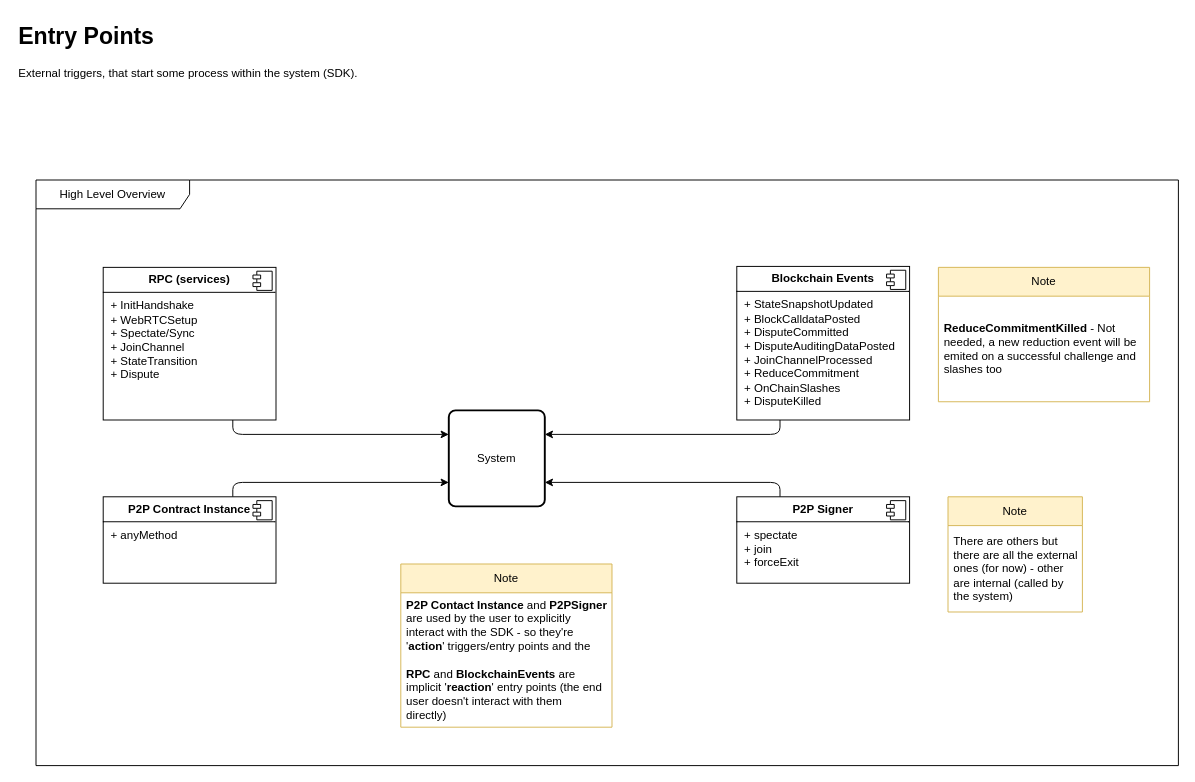
Above: page "Entry Points" (6 of 8) of diagrams/sdk.drawio in peer3to/state-channels-plus (draw.io), before the change. Source tidied: cells renumbered, new cells numbered last; positions are measured from the earlier drawing's top-left corner, leaving out a move shared by most shapes. Both pictures are drawn from the tidied source at 96%, with x=0, y=0 at pixel (16, 16).
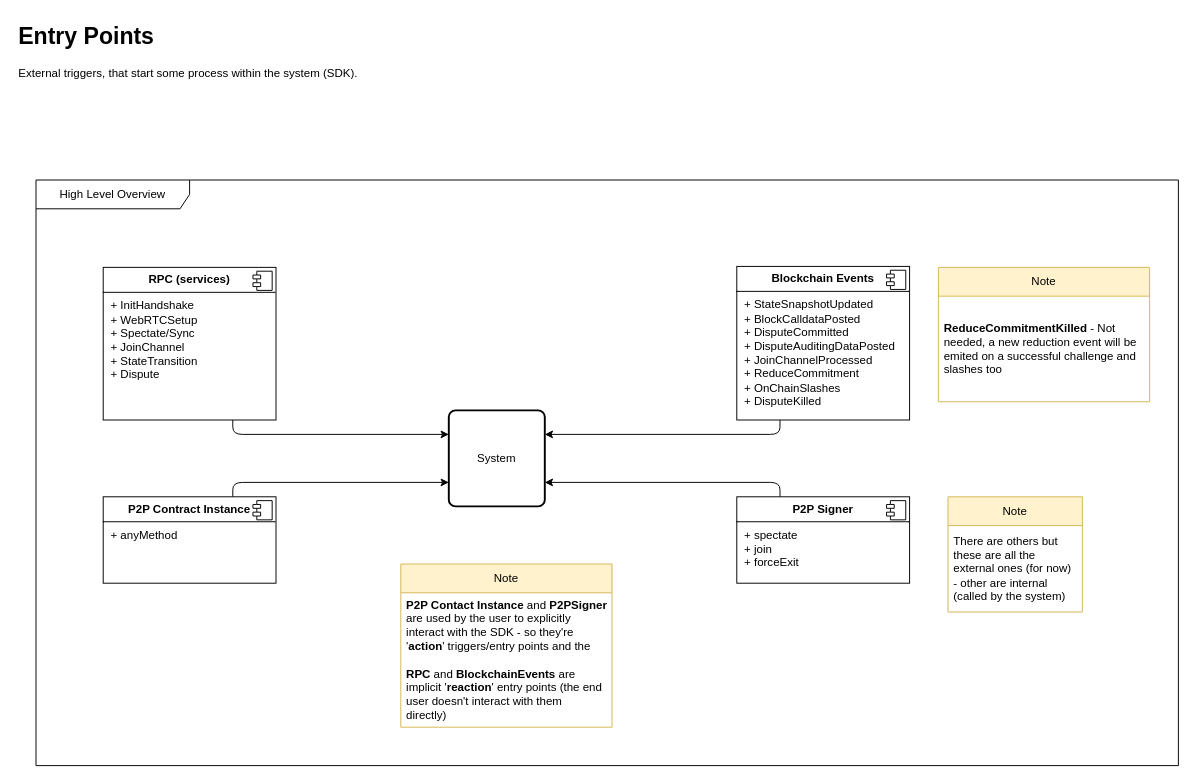
After the change.

Unchanged cells that the change refers to:
```xml
<mxCell id="18" value="Note" style="swimlane;fontStyle=0;horizontal=1;startSize=30;whiteSpace=wrap;html=1;fillColor=#fff2cc;strokeColor=#d6b656;" parent="2" vertex="1">
  <mxGeometry x="950" y="330" width="140" height="120" as="geometry" />
</mxCell>
```

Change to the diagram source:
```diff
@@
-    <mxCell id="19" value="There are others but there are all the external ones (for now) - other are internal (called by the system)" style="text;strokeColor=none;fillColor=none;align=left;verticalAlign=middle;spacingLeft=4;spacingRight=4;overflow=hidden;whiteSpace=wrap;html=1;" parent="18" vertex="1">
+    <mxCell id="19" value="There are others but these are all the external ones (for now) - other are internal (called by the system)" style="text;strokeColor=none;fillColor=none;align=left;verticalAlign=middle;spacingLeft=4;spacingRight=4;overflow=hidden;whiteSpace=wrap;html=1;" parent="18" vertex="1">
       <mxGeometry y="30" width="140" height="90" as="geometry" />
     </mxCell>
```
